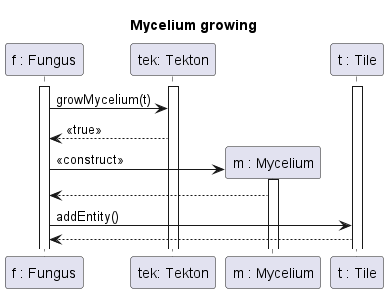
The PlantUML diagram out/diagrams/diagramFiles/SQ_MyceliumGrowth/Mycelium growth.png in Harcipan/Projlab_nullpointerexception, before a commit. Source of this version:
```plantuml
@startuml Mycelium growth

title Mycelium growing

participant "f : Fungus" as F
participant "tek: Tekton" as Tek
participant "m : Mycelium" as M
participant "t : Tile" as T

activate F
activate T
activate Tek


F->Tek : growMycelium(t)
Tek --> F : <<true>>
F -> M ** : <<construct>>
activate M
M --> F
F -> T : addEntity()
T-->F



@enduml
```
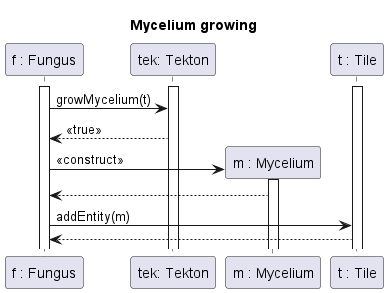
After the change.

What changed in the source:
```diff
@@ -17,7 +17,7 @@
 F -> M ** : <<construct>>
 activate M
 M --> F
-F -> T : addEntity()
+F -> T : addEntity(m)
 T-->F
 
 
```
